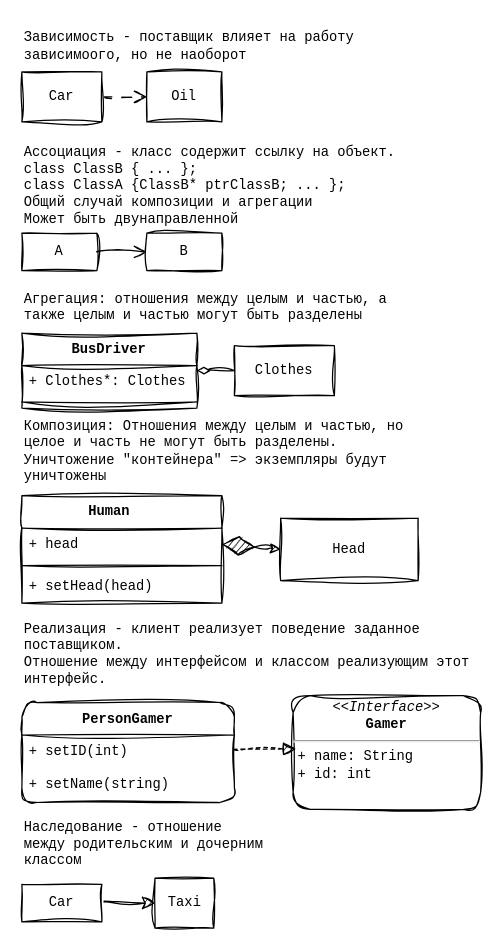
This is UML.drawio from Amatikay/SDT_helper, a draw.io file, before an edit. Source tidied: cells renumbered, new cells numbered last; positions are measured from the earlier drawing's top-left corner, leaving out a move shared by most shapes. Both pictures are drawn from the tidied source at 125%, with x=0, y=0 at pixel (21, 21).
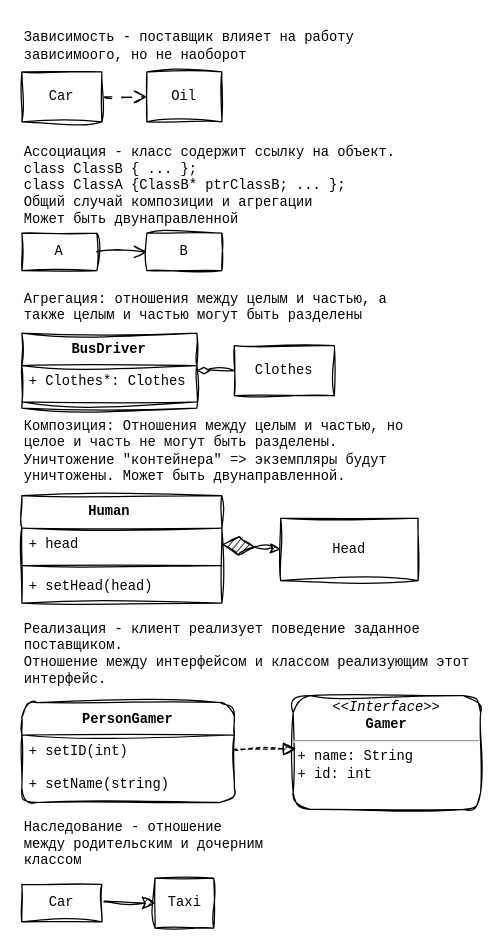
After the change.

The edit, as a diff of the source:
```diff
@@
-    <mxCell id="7" value="Композиция: Отношения между целым и частью, но целое и часть не могут быть разделены. Уничтожение &quot;контейнера&quot; =&amp;gt; экземпляры будут уничтожены" style="text;strokeColor=none;fillColor=none;html=1;align=left;verticalAlign=middle;whiteSpace=wrap;rounded=0;fontSize=11;fontFamily=Courier New;swimlaneLine=1;sketch=1;curveFitting=1;jiggle=2;shadow=0;fontColor=default;labelBackgroundColor=none;" parent="1" vertex="1">
+    <mxCell id="7" value="Композиция: Отношения между целым и частью, но целое и часть не могут быть разделены. Уничтожение &quot;контейнера&quot; =&amp;gt; экземпляры будут уничтожены. Может быть двунаправленной." style="text;strokeColor=none;fillColor=none;html=1;align=left;verticalAlign=middle;whiteSpace=wrap;rounded=0;fontSize=11;fontFamily=Courier New;swimlaneLine=1;sketch=1;curveFitting=1;jiggle=2;shadow=0;fontColor=default;labelBackgroundColor=none;" parent="1" vertex="1">
       <mxGeometry y="319" width="317" height="50" as="geometry" />
     </mxCell>
```
